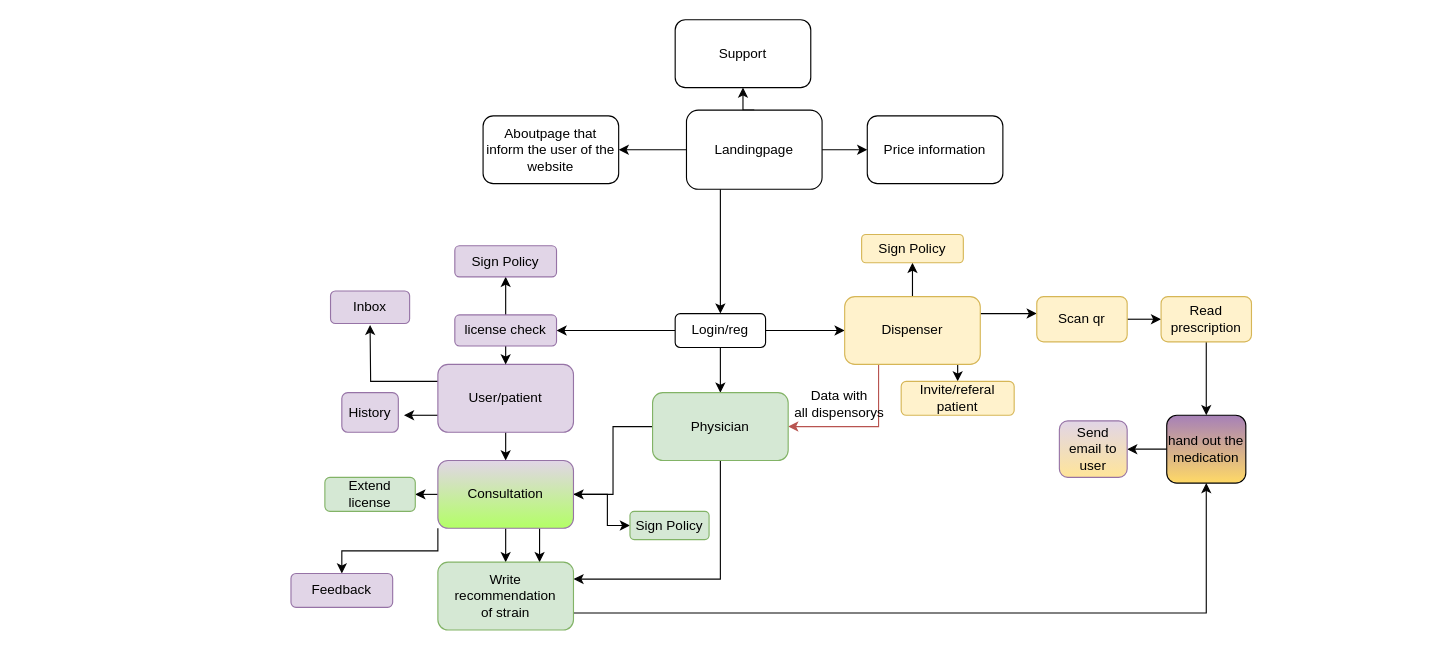
This is page "Page-2" (2 of 2) of docs/ui/Untitled Diagram.drawio from devopsw18/docs, a draw.io file, before an edit. Source tidied: cells renumbered, new cells numbered last; positions are measured from the earlier drawing's top-left corner, leaving out a move shared by most shapes. Both pictures are drawn from the tidied source at 113%, with x=0, y=0 at pixel (290, 19).
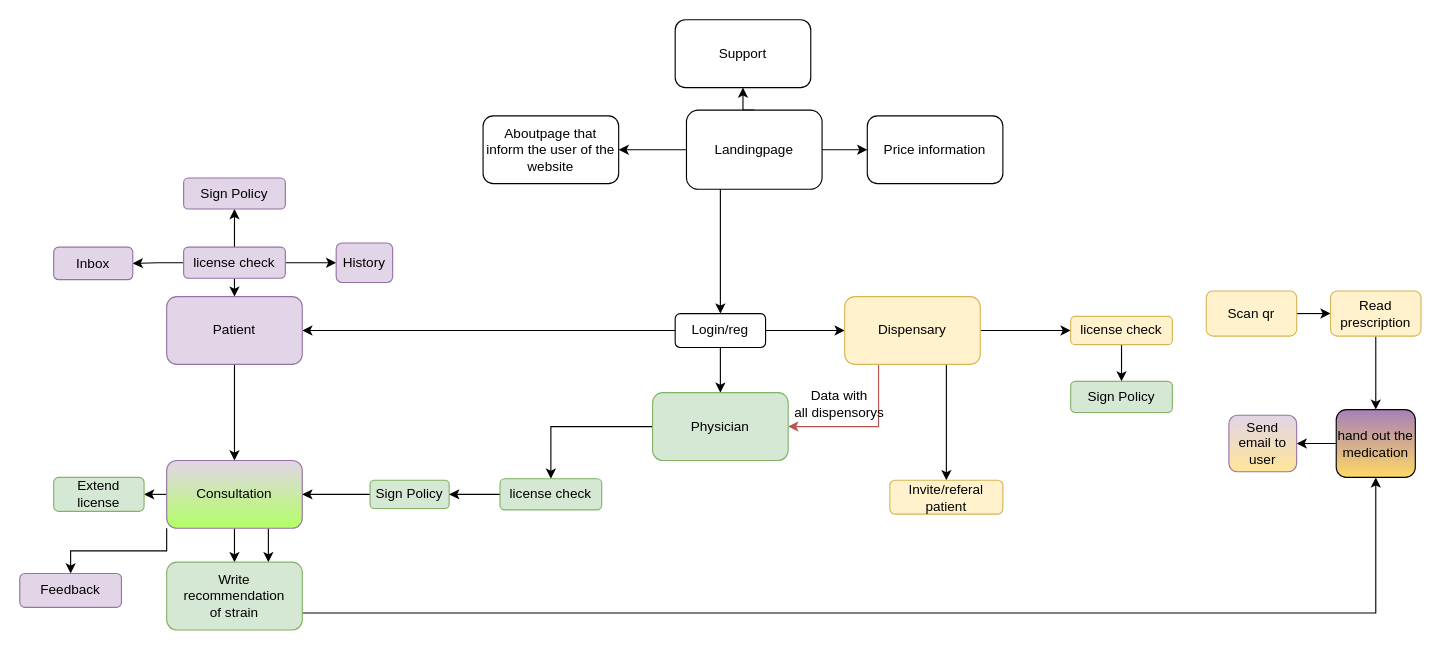
After the change.

The change refers to these unchanged cells:
```xml
<mxCell id="10" value="Login/reg" style="rounded=1;whiteSpace=wrap;html=1;" parent="1" vertex="1">
  <mxGeometry x="340" y="260" width="80" height="30" as="geometry" />
</mxCell>
<mxCell id="24" value="Physician" style="rounded=1;whiteSpace=wrap;html=1;fillColor=#d5e8d4;strokeColor=#82b366;" parent="1" vertex="1">
  <mxGeometry x="320" y="330" width="120" height="60" as="geometry" />
</mxCell>
```

Diff of the diagram source:
```diff
@@
-    <mxCell id="7" style="edgeStyle=orthogonalEdgeStyle;rounded=0;jettySize=auto;html=1;exitX=0;exitY=0.5;exitDx=0;exitDy=0;" parent="1" edge="1" source="10" target="41">
-      <mxGeometry relative="1" as="geometry" />
-    </mxCell>
@@
+    <mxCell id="53" style="edgeStyle=orthogonalEdgeStyle;rounded=0;jettySize=auto;html=1;entryX=1;entryY=0.5;entryDx=0;entryDy=0;" parent="1" edge="1" source="10" target="16">
+      <mxGeometry relative="1" as="geometry" />
+    </mxCell>
@@
-    <mxCell id="14" style="edgeStyle=orthogonalEdgeStyle;rounded=0;jettySize=auto;html=1;exitX=0;exitY=0.75;exitDx=0;exitDy=0;strokeColor=#050505;" parent="1" edge="1" source="16">
-      <mxGeometry relative="1" as="geometry">
-        <mxPoint x="100" y="350" as="targetPoint" />
-      </mxGeometry>
-    </mxCell>
-    <mxCell id="15" style="edgeStyle=orthogonalEdgeStyle;rounded=0;jettySize=auto;html=1;exitX=0;exitY=0.25;exitDx=0;exitDy=0;strokeColor=#050505;" parent="1" edge="1" source="16">
-      <mxGeometry relative="1" as="geometry">
-        <mxPoint x="70" y="270" as="targetPoint" />
-      </mxGeometry>
-    </mxCell>
-    <mxCell id="16" value="User/patient" style="rounded=1;whiteSpace=wrap;html=1;fillColor=#e1d5e7;strokeColor=#9673a6;" parent="1" vertex="1">
-      <mxGeometry x="130" y="305" width="120" height="60" as="geometry" />
+    <mxCell id="16" value="Patient" style="rounded=1;whiteSpace=wrap;html=1;fillColor=#e1d5e7;strokeColor=#9673a6;" parent="1" vertex="1">
+      <mxGeometry x="-110" y="245" width="120" height="60" as="geometry" />
     </mxCell>
-    <mxCell id="17" style="edgeStyle=orthogonalEdgeStyle;rounded=0;jettySize=auto;html=1;exitX=1;exitY=0.25;exitDx=0;exitDy=0;" parent="1" edge="1" source="21">
-      <mxGeometry relative="1" as="geometry">
-        <mxPoint x="660" y="260" as="targetPoint" />
-      </mxGeometry>
-    </mxCell>
@@
-    <mxCell id="21" value="Dispenser" style="rounded=1;whiteSpace=wrap;html=1;fillColor=#fff2cc;strokeColor=#d6b656;" parent="1" vertex="1">
+    <mxCell id="21" value="Dispensary" style="rounded=1;whiteSpace=wrap;html=1;fillColor=#fff2cc;strokeColor=#d6b656;" parent="1" vertex="1">
       <mxGeometry x="490" y="245" width="120" height="60" as="geometry" />
     </mxCell>
-    <mxCell id="22" style="edgeStyle=orthogonalEdgeStyle;rounded=0;jettySize=auto;html=1;exitX=0;exitY=0.5;exitDx=0;exitDy=0;entryX=1;entryY=0.5;entryDx=0;entryDy=0;fillColor=#d5e8d4;strokeColor=#050505;" parent="1" edge="1" source="24" target="32">
-      <mxGeometry relative="1" as="geometry" />
-    </mxCell>
-    <mxCell id="23" style="edgeStyle=orthogonalEdgeStyle;rounded=0;jettySize=auto;html=1;exitX=0.5;exitY=1;exitDx=0;exitDy=0;entryX=1;entryY=0.25;entryDx=0;entryDy=0;strokeColor=#050505;" parent="1" edge="1" source="24" target="37">
-      <mxGeometry relative="1" as="geometry" />
-    </mxCell>
+    <mxCell id="54" style="edgeStyle=orthogonalEdgeStyle;rounded=0;jettySize=auto;html=1;" parent="1" edge="1" source="24" target="60">
+      <mxGeometry relative="1" as="geometry" />
+    </mxCell>
@@
     <mxCell id="25" style="edgeStyle=orthogonalEdgeStyle;rounded=0;jettySize=auto;html=1;exitX=1;exitY=0.5;exitDx=0;exitDy=0;" parent="1" edge="1" source="26">
       <mxGeometry relative="1" as="geometry">
-        <mxPoint x="770" y="265" as="targetPoint" />
+        <mxPoint x="920" y="260" as="targetPoint" />
       </mxGeometry>
     </mxCell>
     <mxCell id="26" value="Scan qr" style="rounded=1;whiteSpace=wrap;html=1;fillColor=#fff2cc;strokeColor=#d6b656;" parent="1" vertex="1">
-      <mxGeometry x="660" y="245" width="80" height="40" as="geometry" />
+      <mxGeometry x="810" y="240" width="80" height="40" as="geometry" />
     </mxCell>
@@
-    <mxCell id="31" style="edgeStyle=orthogonalEdgeStyle;rounded=0;jettySize=auto;html=1;entryX=0;entryY=0.5;entryDx=0;entryDy=0;" parent="1" edge="1" source="32" target="51">
-      <mxGeometry relative="1" as="geometry">
-        <Array as="points">
-          <mxPoint x="280" y="420" />
-          <mxPoint x="280" y="448" />
-        </Array>
-      </mxGeometry>
-    </mxCell>
     <mxCell id="32" value="Consultation" style="rounded=1;whiteSpace=wrap;html=1;fillColor=#e1d5e7;strokeColor=#9673a6;gradientColor=#B3FF66;" parent="1" vertex="1">
-      <mxGeometry x="130" y="390" width="120" height="60" as="geometry" />
+      <mxGeometry x="-110" y="390" width="120" height="60" as="geometry" />
     </mxCell>
     <mxCell id="33" style="edgeStyle=orthogonalEdgeStyle;rounded=0;jettySize=auto;html=1;exitX=0.5;exitY=1;exitDx=0;exitDy=0;strokeColor=#050505;" parent="1" edge="1" source="34">
       <mxGeometry relative="1" as="geometry">
-        <mxPoint x="810" y="350" as="targetPoint" />
+        <mxPoint x="960" y="345" as="targetPoint" />
       </mxGeometry>
     </mxCell>
     <mxCell id="34" value="Read prescription" style="rounded=1;whiteSpace=wrap;html=1;fillColor=#fff2cc;strokeColor=#d6b656;" parent="1" vertex="1">
-      <mxGeometry x="770" y="245" width="80" height="40" as="geometry" />
+      <mxGeometry x="920" y="240" width="80" height="40" as="geometry" />
     </mxCell>
     <mxCell id="35" value="Invite/referal patient" style="rounded=1;whiteSpace=wrap;html=1;fillColor=#fff2cc;strokeColor=#d6b656;" parent="1" vertex="1">
-      <mxGeometry x="540" y="320" width="100" height="30" as="geometry" />
+      <mxGeometry x="530" y="407.5" width="100" height="30" as="geometry" />
     </mxCell>
@@
     <mxCell id="37" value="Write recommendation&lt;br&gt;of strain" style="rounded=1;whiteSpace=wrap;html=1;fillColor=#d5e8d4;strokeColor=#82b366;" parent="1" vertex="1">
-      <mxGeometry x="130" y="480" width="120" height="60" as="geometry" />
+      <mxGeometry x="-110" y="480" width="120" height="60" as="geometry" />
     </mxCell>
     <mxCell id="38" value="Extend license" style="rounded=1;whiteSpace=wrap;html=1;fillColor=#d5e8d4;strokeColor=#82b366;" parent="1" vertex="1">
-      <mxGeometry x="30" y="405" width="80" height="30" as="geometry" />
+      <mxGeometry x="-210" y="405" width="80" height="30" as="geometry" />
     </mxCell>
@@
+    <mxCell id="55" style="edgeStyle=orthogonalEdgeStyle;rounded=0;jettySize=auto;html=1;" parent="1" edge="1" source="41" target="42">
+      <mxGeometry relative="1" as="geometry" />
+    </mxCell>
+    <mxCell id="56" style="edgeStyle=orthogonalEdgeStyle;rounded=0;jettySize=auto;html=1;" parent="1" edge="1" source="41" target="49">
+      <mxGeometry relative="1" as="geometry" />
+    </mxCell>
     <mxCell id="41" value="license check" style="rounded=1;whiteSpace=wrap;html=1;fillColor=#e1d5e7;strokeColor=#9673a6;" parent="1" vertex="1">
-      <mxGeometry x="145" y="261.2" width="90" height="27.5" as="geometry" />
+      <mxGeometry x="-95" y="201.2" width="90" height="27.5" as="geometry" />
     </mxCell>
     <mxCell id="42" value="History" style="rounded=1;whiteSpace=wrap;html=1;fillColor=#e1d5e7;strokeColor=#9673a6;" parent="1" vertex="1">
-      <mxGeometry x="45" y="330" width="50" height="35" as="geometry" />
+      <mxGeometry x="40" y="197.5" width="50" height="35" as="geometry" />
     </mxCell>
     <mxCell id="43" value="Feedback" style="rounded=1;whiteSpace=wrap;html=1;fillColor=#e1d5e7;strokeColor=#9673a6;" parent="1" vertex="1">
-      <mxGeometry y="490" width="90" height="30" as="geometry" />
+      <mxGeometry x="-240" y="490" width="90" height="30" as="geometry" />
     </mxCell>
@@
     <mxCell id="45" style="edgeStyle=orthogonalEdgeStyle;rounded=0;jettySize=auto;html=1;exitX=0;exitY=0.5;exitDx=0;exitDy=0;strokeColor=#050505;" parent="1" edge="1" source="46">
       <mxGeometry relative="1" as="geometry">
-        <mxPoint x="740" y="380" as="targetPoint" />
+        <mxPoint x="890" y="375" as="targetPoint" />
       </mxGeometry>
     </mxCell>
     <mxCell id="46" value="hand out the medication" style="rounded=1;whiteSpace=wrap;html=1;gradientColor=#FFD966;fillColor=#A680B8;" parent="1" vertex="1">
-      <mxGeometry x="775" y="350" width="70" height="60" as="geometry" />
+      <mxGeometry x="925" y="345" width="70" height="60" as="geometry" />
     </mxCell>
@@
     <mxCell id="48" value="Send email to user" style="rounded=1;whiteSpace=wrap;html=1;fillColor=#e1d5e7;strokeColor=#9673a6;gradientColor=#FFE599;" parent="1" vertex="1">
-      <mxGeometry x="680" y="355" width="60" height="50" as="geometry" />
+      <mxGeometry x="830" y="350" width="60" height="50" as="geometry" />
     </mxCell>
     <mxCell id="49" value="Inbox" style="rounded=1;whiteSpace=wrap;html=1;fillColor=#e1d5e7;strokeColor=#9673a6;" parent="1" vertex="1">
-      <mxGeometry x="35" y="240" width="70" height="28.8" as="geometry" />
+      <mxGeometry x="-210" y="201.2" width="70" height="28.8" as="geometry" />
     </mxCell>
     <mxCell id="50" value="Sign Policy" style="rounded=1;whiteSpace=wrap;html=1;fillColor=#e1d5e7;strokeColor=#9673a6;" parent="1" vertex="1">
-      <mxGeometry x="145" y="200" width="90" height="27.5" as="geometry" />
+      <mxGeometry x="-95" y="140" width="90" height="27.5" as="geometry" />
     </mxCell>
+    <mxCell id="57" style="edgeStyle=orthogonalEdgeStyle;rounded=0;jettySize=auto;html=1;" parent="1" edge="1" source="51" target="32">
+      <mxGeometry relative="1" as="geometry" />
+    </mxCell>
     <mxCell id="51" value="Sign Policy" style="rounded=1;whiteSpace=wrap;html=1;fillColor=#d5e8d4;strokeColor=#82b366;" parent="1" vertex="1">
-      <mxGeometry x="300" y="435" width="70" height="25" as="geometry" />
+      <mxGeometry x="70" y="407.5" width="70" height="25" as="geometry" />
     </mxCell>
+    <mxCell id="58" style="edgeStyle=orthogonalEdgeStyle;rounded=0;jettySize=auto;html=1;" parent="1" edge="1" source="52" target="61">
+      <mxGeometry relative="1" as="geometry" />
+    </mxCell>
-    <mxCell id="52" value="Sign Policy" style="whiteSpace=wrap;html=1;fillColor=#fff2cc;strokeColor=#d6b656;rounded=1;" parent="1" vertex="1">
-      <mxGeometry x="505" y="190" width="90" height="25" as="geometry" />
+    <mxCell id="52" value="license check" style="whiteSpace=wrap;html=1;fillColor=#fff2cc;strokeColor=#d6b656;rounded=1;" parent="1" vertex="1">
+      <mxGeometry x="690" y="262.5" width="90" height="25" as="geometry" />
     </mxCell>
+    <mxCell id="59" style="edgeStyle=orthogonalEdgeStyle;rounded=0;jettySize=auto;html=1;" parent="1" edge="1" source="60" target="51">
+      <mxGeometry relative="1" as="geometry" />
+    </mxCell>
+    <mxCell id="60" value="license check" style="rounded=1;whiteSpace=wrap;html=1;fillColor=#d5e8d4;strokeColor=#82b366;" parent="1" vertex="1">
+      <mxGeometry x="185" y="406.2" width="90" height="27.5" as="geometry" />
+    </mxCell>
+    <mxCell id="61" value="Sign Policy" style="rounded=1;whiteSpace=wrap;html=1;fillColor=#d5e8d4;strokeColor=#82b366;" parent="1" vertex="1">
+      <mxGeometry x="690" y="320" width="90" height="27.5" as="geometry" />
+    </mxCell>
```
